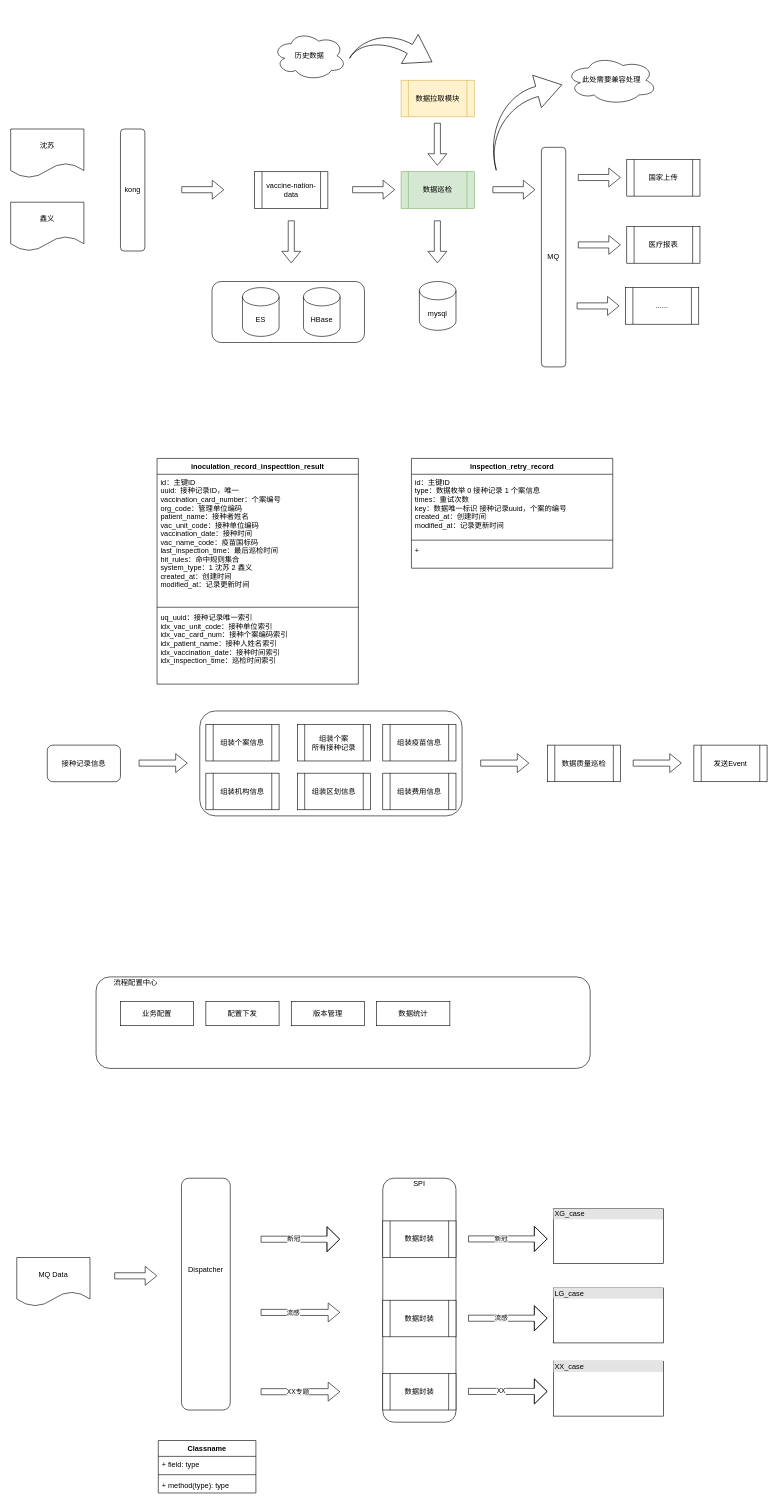
Earlier version of the draw.io diagram 新冠.drawio (wylyf3030/draw). Source tidied: cells renumbered, new cells numbered last; positions are measured from the earlier drawing's top-left corner, leaving out a move shared by most shapes. Both pictures are drawn from the tidied source at 61%, with x=0, y=0 at pixel (10, 25).
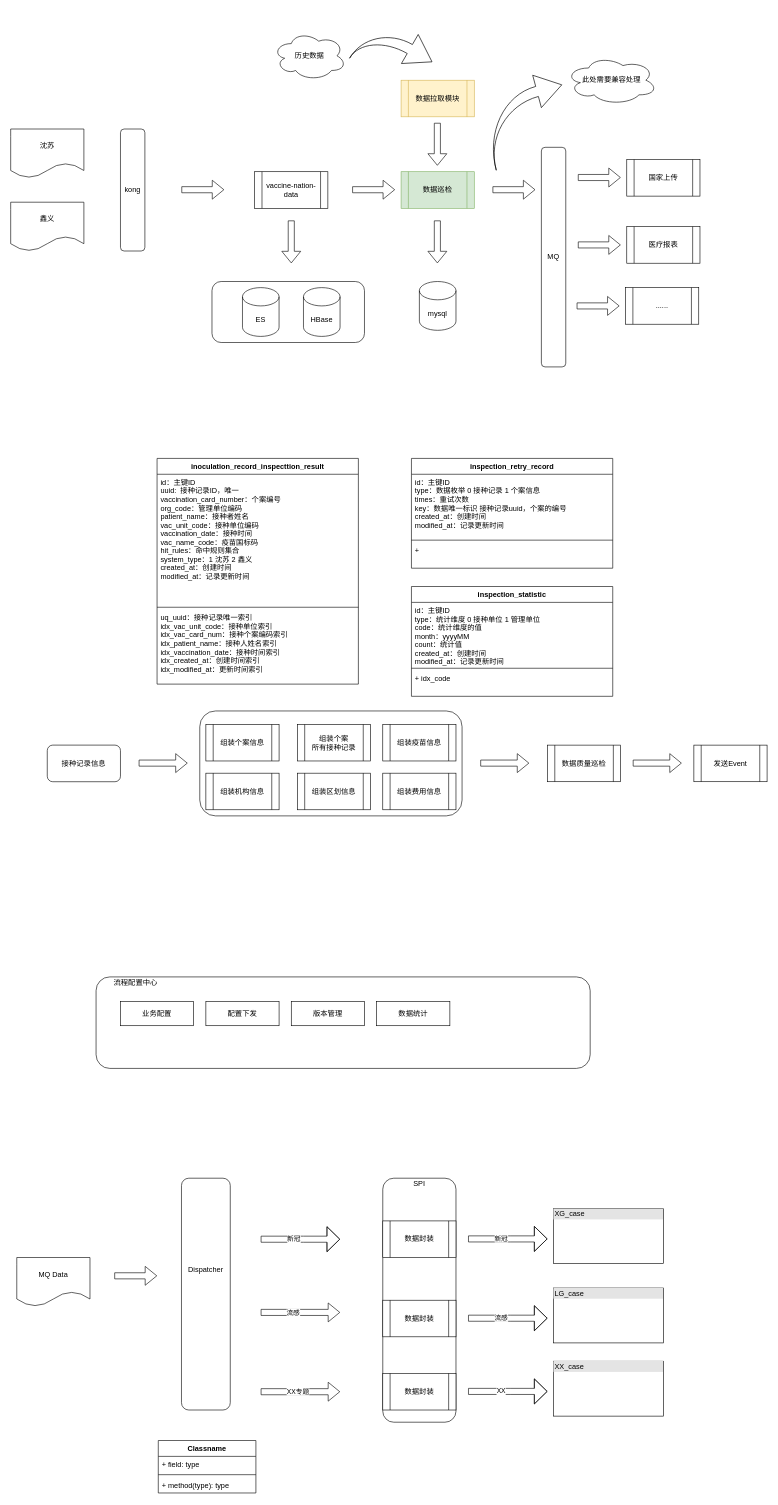
Above is the later version.

The change refers to these unchanged cells:
```xml
<mxCell id="55" value="inoculation_record_inspecttion_result" style="swimlane;fontStyle=1;align=center;verticalAlign=top;horizontal=1;startSize=26;" parent="1" vertex="1">
  <mxGeometry x="240" y="710" width="330" height="370" as="geometry" />
</mxCell>
```

Diff of the diagram source:
```diff
@@
-    <mxCell id="56" value="id：主键ID&#10;uuid:  接种记录ID，唯一&#10;vaccination_card_number：个案编号&#10;org_code：管理单位编码&#10;patient_name：接种者姓名&#10;vac_unit_code：接种单位编码&#10;vaccination_date：接种时间&#10;vac_name_code：疫苗国标码&#10;last_inspection_time：最后巡检时间&#10;hit_rules：命中规则集合&#10;system_type：1 沈苏 2 鑫义&#10;created_at：创建时间&#10;modified_at：记录更新时间" style="text;strokeColor=none;fillColor=none;align=left;verticalAlign=top;spacingLeft=4;spacingRight=4;overflow=hidden;" parent="55" vertex="1">
+    <mxCell id="56" value="id：主键ID&#10;uuid:  接种记录ID，唯一&#10;vaccination_card_number：个案编号&#10;org_code：管理单位编码&#10;patient_name：接种者姓名&#10;vac_unit_code：接种单位编码&#10;vaccination_date：接种时间&#10;vac_name_code：疫苗国标码&#10;hit_rules：命中规则集合&#10;system_type：1 沈苏 2 鑫义&#10;created_at：创建时间&#10;modified_at：记录更新时间" style="text;strokeColor=none;fillColor=none;align=left;verticalAlign=top;spacingLeft=4;spacingRight=4;overflow=hidden;" parent="55" vertex="1">
       <mxGeometry y="26" width="330" height="214" as="geometry" />
     </mxCell>
@@
-    <mxCell id="58" value="uq_uuid：接种记录唯一索引&#10;idx_vac_unit_code：接种单位索引&#10;idx_vac_card_num：接种个案编码索引&#10;idx_patient_name：接种人姓名索引&#10;idx_vaccination_date：接种时间索引&#10;idx_inspection_time：巡检时间索引" style="text;strokeColor=none;fillColor=none;align=left;verticalAlign=top;spacingLeft=4;spacingRight=4;overflow=hidden;" parent="55" vertex="1">
+    <mxCell id="58" value="uq_uuid：接种记录唯一索引&#10;idx_vac_unit_code：接种单位索引&#10;idx_vac_card_num：接种个案编码索引&#10;idx_patient_name：接种人姓名索引&#10;idx_vaccination_date：接种时间索引&#10;idx_created_at：创建时间索引&#10;idx_modified_at：更新时间索引" style="text;strokeColor=none;fillColor=none;align=left;verticalAlign=top;spacingLeft=4;spacingRight=4;overflow=hidden;" parent="55" vertex="1">
       <mxGeometry y="248" width="330" height="122" as="geometry" />
     </mxCell>
@@
+    <mxCell id="86" value="inspection_statistic" style="swimlane;fontStyle=1;align=center;verticalAlign=top;horizontal=1;startSize=26;" parent="1" vertex="1">
+      <mxGeometry x="657" y="920" width="330" height="180" as="geometry" />
+    </mxCell>
+    <mxCell id="87" value="id：主键ID&#10;type：统计维度 0 接种单位 1 管理单位&#10;code：统计维度的值&#10;month：yyyyMM&#10;count：统计值&#10;created_at：创建时间&#10;modified_at：记录更新时间" style="text;strokeColor=none;fillColor=none;align=left;verticalAlign=top;spacingLeft=4;spacingRight=4;overflow=hidden;" parent="86" vertex="1">
+      <mxGeometry y="26" width="330" height="104" as="geometry" />
+    </mxCell>
+    <mxCell id="88" style="line;strokeWidth=1;fillColor=none;align=left;verticalAlign=middle;spacingTop=-1;spacingLeft=3;spacingRight=3;labelPosition=right;" parent="86" vertex="1">
+      <mxGeometry y="130" width="330" height="8" as="geometry" />
+    </mxCell>
+    <mxCell id="89" value="+ idx_code" style="text;strokeColor=none;fillColor=none;align=left;verticalAlign=top;spacingLeft=4;spacingRight=4;overflow=hidden;" parent="86" vertex="1">
+      <mxGeometry y="138" width="330" height="42" as="geometry" />
+    </mxCell>
```
